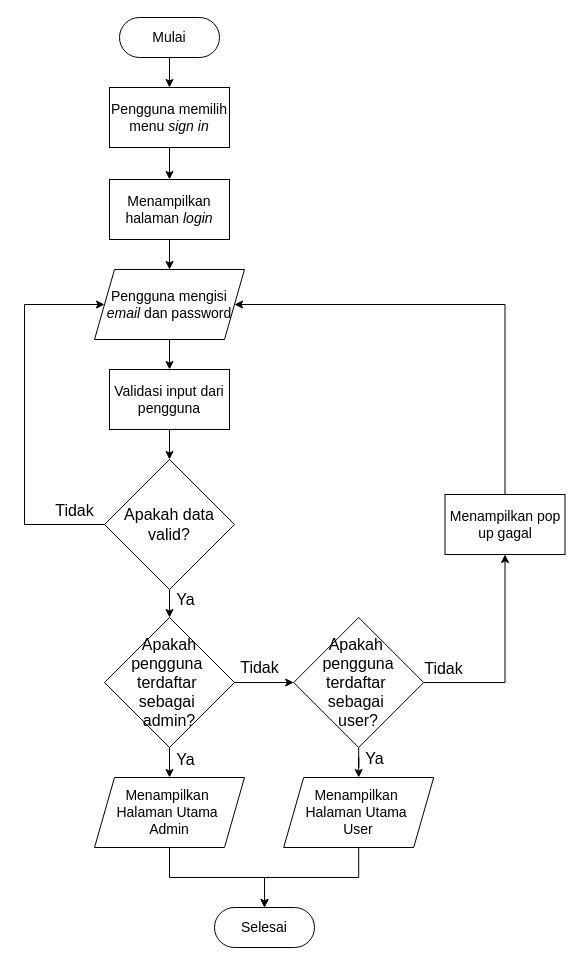
Before: page "Proses Login" (29 of 38) of Diagram Aktivitas Admin.drawio.xml in murtianggraeni/TugasAkhir_Flowchart, a draw.io diagram. Source tidied: cells renumbered, new cells numbered last; positions are measured from the earlier drawing's top-left corner, leaving out a move shared by most shapes. Both pictures are drawn from the tidied source at 100%, with x=0, y=0 at pixel (24, 17).
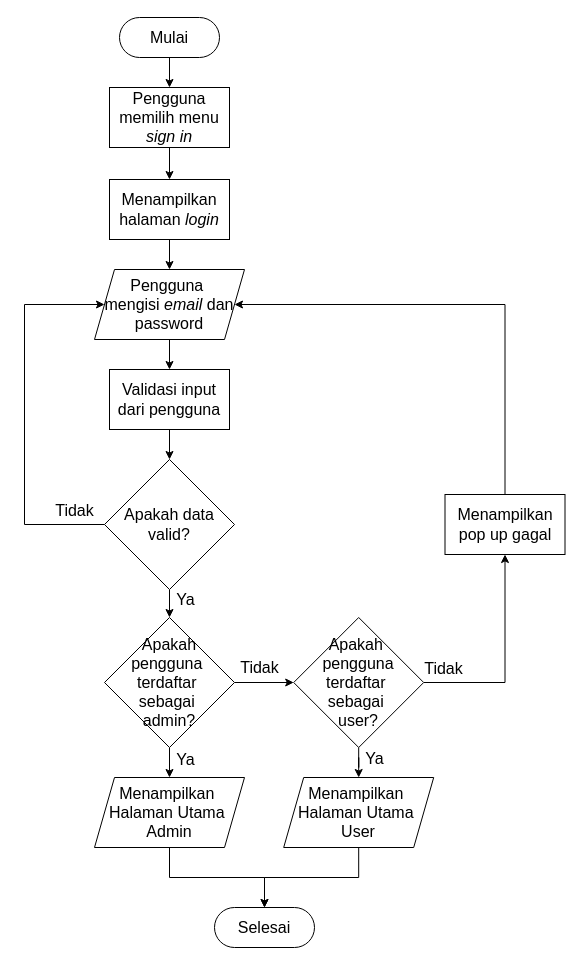
The same page after the edit.

The edit, as a diff of the source:
```diff
@@
-    <mxCell id="4" value="&lt;font style=&quot;font-size: 14px;&quot;&gt;Mulai&lt;/font&gt;" style="rounded=1;whiteSpace=wrap;html=1;arcSize=50;" parent="1" vertex="1">
+    <mxCell id="4" value="&lt;font style=&quot;font-size: 16px;&quot;&gt;Mulai&lt;/font&gt;" style="rounded=1;whiteSpace=wrap;html=1;arcSize=50;" parent="1" vertex="1">
       <mxGeometry x="95" width="100" height="40" as="geometry" />
     </mxCell>
@@
-    <mxCell id="6" value="&lt;font style=&quot;font-size: 14px;&quot;&gt;Menampilkan halaman &lt;i&gt;login&lt;/i&gt;&lt;/font&gt;" style="rounded=0;whiteSpace=wrap;html=1;" parent="1" vertex="1">
+    <mxCell id="6" value="&lt;font style=&quot;font-size: 16px;&quot;&gt;Menampilkan halaman &lt;i style=&quot;&quot;&gt;login&lt;/i&gt;&lt;/font&gt;" style="rounded=0;whiteSpace=wrap;html=1;" parent="1" vertex="1">
       <mxGeometry x="85" y="162" width="120" height="60" as="geometry" />
     </mxCell>
@@
-    <mxCell id="8" value="&lt;font style=&quot;font-size: 14px;&quot;&gt;Pengguna mengisi &lt;i&gt;email&lt;/i&gt; dan password&lt;/font&gt;" style="shape=parallelogram;perimeter=parallelogramPerimeter;whiteSpace=wrap;html=1;fixedSize=1;" parent="1" vertex="1">
+    <mxCell id="8" value="&lt;font style=&quot;font-size: 16px;&quot;&gt;Pengguna&amp;nbsp;&lt;/font&gt;&lt;div&gt;&lt;font style=&quot;font-size: 16px;&quot;&gt;mengisi &lt;i style=&quot;&quot;&gt;email&lt;/i&gt; dan password&lt;/font&gt;&lt;/div&gt;" style="shape=parallelogram;perimeter=parallelogramPerimeter;whiteSpace=wrap;html=1;fixedSize=1;" parent="1" vertex="1">
       <mxGeometry x="70" y="252" width="150" height="70" as="geometry" />
     </mxCell>
@@
-    <mxCell id="10" value="&lt;span style=&quot;font-size: 14px;&quot;&gt;Menampilkan pop up gagal&lt;/span&gt;" style="rounded=0;whiteSpace=wrap;html=1;" parent="1" vertex="1">
+    <mxCell id="10" value="&lt;font style=&quot;font-size: 16px;&quot;&gt;Menampilkan pop up gagal&lt;/font&gt;" style="rounded=0;whiteSpace=wrap;html=1;" parent="1" vertex="1">
       <mxGeometry x="420.5" y="477" width="120" height="60" as="geometry" />
     </mxCell>
@@
-    <mxCell id="12" value="&lt;font style=&quot;font-size: 14px;&quot;&gt;Validasi input dari pengguna&lt;/font&gt;" style="rounded=0;whiteSpace=wrap;html=1;" parent="1" vertex="1">
+    <mxCell id="12" value="&lt;font style=&quot;font-size: 16px;&quot;&gt;Validasi input dari pengguna&lt;/font&gt;" style="rounded=0;whiteSpace=wrap;html=1;" parent="1" vertex="1">
       <mxGeometry x="85" y="352" width="120" height="60" as="geometry" />
     </mxCell>
@@
-    <mxCell id="14" value="&lt;span style=&quot;font-size: 14px;&quot;&gt;Menampilkan&amp;nbsp;&lt;/span&gt;&lt;div&gt;&lt;span style=&quot;font-size: 14px;&quot;&gt;Halaman Utama&amp;nbsp;&lt;/span&gt;&lt;/div&gt;&lt;div&gt;&lt;span style=&quot;font-size: 14px;&quot;&gt;Admin&lt;/span&gt;&lt;/div&gt;" style="shape=parallelogram;perimeter=parallelogramPerimeter;whiteSpace=wrap;html=1;fixedSize=1;" parent="1" vertex="1">
+    <mxCell id="14" value="&lt;font style=&quot;font-size: 16px;&quot;&gt;Menampilkan&amp;nbsp;&lt;/font&gt;&lt;div&gt;&lt;font style=&quot;font-size: 16px;&quot;&gt;Halaman Utama&amp;nbsp;&lt;/font&gt;&lt;/div&gt;&lt;div&gt;&lt;font style=&quot;font-size: 16px;&quot;&gt;Admin&lt;/font&gt;&lt;/div&gt;" style="shape=parallelogram;perimeter=parallelogramPerimeter;whiteSpace=wrap;html=1;fixedSize=1;" parent="1" vertex="1">
       <mxGeometry x="70" y="760" width="150" height="70" as="geometry" />
     </mxCell>
@@
-    <mxCell id="16" value="&lt;span style=&quot;font-size: 14px;&quot;&gt;Menampilkan&amp;nbsp;&lt;/span&gt;&lt;div&gt;&lt;span style=&quot;font-size: 14px;&quot;&gt;Halaman Utama&amp;nbsp;&lt;/span&gt;&lt;/div&gt;&lt;div&gt;&lt;span style=&quot;font-size: 14px;&quot;&gt;User&lt;/span&gt;&lt;/div&gt;" style="shape=parallelogram;perimeter=parallelogramPerimeter;whiteSpace=wrap;html=1;fixedSize=1;" parent="1" vertex="1">
+    <mxCell id="16" value="&lt;font style=&quot;font-size: 16px;&quot;&gt;Menampilkan&amp;nbsp;&lt;/font&gt;&lt;div&gt;&lt;font style=&quot;font-size: 16px;&quot;&gt;Halaman Utama&amp;nbsp;&lt;/font&gt;&lt;/div&gt;&lt;div&gt;&lt;font style=&quot;font-size: 16px;&quot;&gt;User&lt;/font&gt;&lt;/div&gt;" style="shape=parallelogram;perimeter=parallelogramPerimeter;whiteSpace=wrap;html=1;fixedSize=1;" parent="1" vertex="1">
       <mxGeometry x="259.2" y="760" width="150" height="70" as="geometry" />
     </mxCell>
-    <mxCell id="17" value="&lt;span style=&quot;font-size: 14px;&quot;&gt;Pengguna memilih menu &lt;i&gt;sign in&lt;/i&gt;&lt;/span&gt;" style="rounded=0;whiteSpace=wrap;html=1;" parent="1" vertex="1">
+    <mxCell id="17" value="&lt;font style=&quot;font-size: 16px;&quot;&gt;Pengguna memilih menu &lt;i style=&quot;&quot;&gt;sign in&lt;/i&gt;&lt;/font&gt;" style="rounded=0;whiteSpace=wrap;html=1;" parent="1" vertex="1">
       <mxGeometry x="85" y="70" width="120" height="60" as="geometry" />
     </mxCell>
@@
-    <mxCell id="33" value="&lt;font style=&quot;font-size: 14px;&quot;&gt;Selesai&lt;/font&gt;" style="rounded=1;whiteSpace=wrap;html=1;arcSize=50;" parent="1" vertex="1">
+    <mxCell id="33" value="&lt;font style=&quot;font-size: 16px;&quot;&gt;Selesai&lt;/font&gt;" style="rounded=1;whiteSpace=wrap;html=1;arcSize=50;" parent="1" vertex="1">
       <mxGeometry x="190" y="890" width="100" height="40" as="geometry" />
     </mxCell>
```
